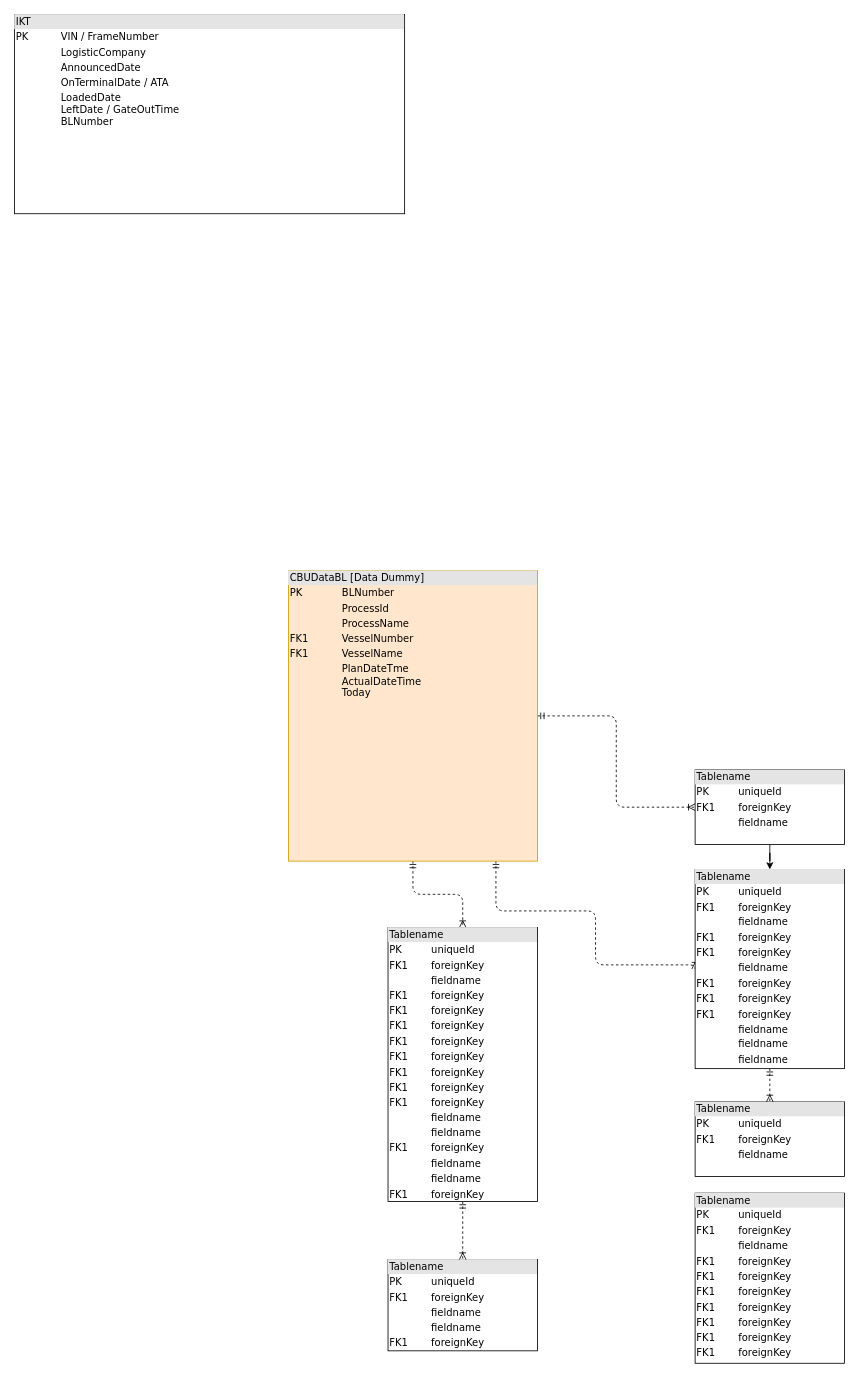
Before: page "X_Board1_ImportProgressSummary" (1 of 3) of TAM_IMIS_diagram.drawio in RifqiG759/BI_datasets, a draw.io diagram. Source tidied: cells renumbered, new cells numbered last; positions are measured from the earlier drawing's top-left corner, leaving out a move shared by most shapes. Both pictures are drawn from the tidied source at 83%, with x=0, y=0 at pixel (14, 14).
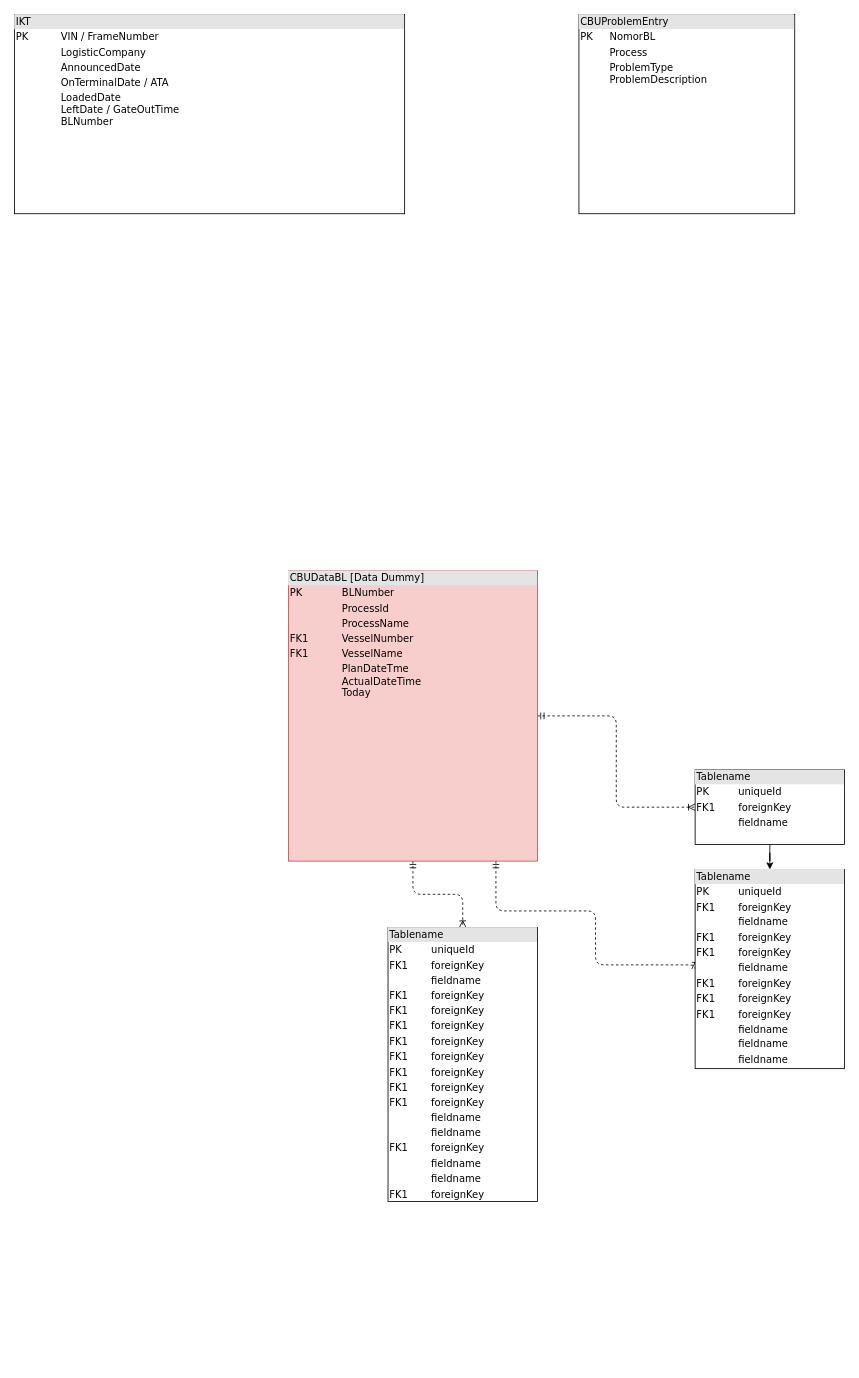
The same diagram, later.

Diff of the diagram source:
```diff
@@
 <mxGraphModel background="#ffffff">
   <root>
     <mxCell id="0" />
     <mxCell id="1" parent="0" />
     <mxCell id="2" style="edgeStyle=orthogonalEdgeStyle;html=1;entryX=0.5;entryY=0;dashed=1;labelBackgroundColor=none;startArrow=ERmandOne;endArrow=ERoneToMany;fontFamily=Verdana;fontSize=12;align=left;" parent="1" edge="1" source="5" target="9">
       <mxGeometry relative="1" as="geometry" />
     </mxCell>
     <mxCell id="3" style="edgeStyle=orthogonalEdgeStyle;html=1;dashed=1;labelBackgroundColor=none;startArrow=ERmandOne;endArrow=ERoneToMany;fontFamily=Verdana;fontSize=12;align=left;entryX=0;entryY=0.5;" parent="1" edge="1" source="5" target="12">
       <mxGeometry relative="1" as="geometry">
         <Array as="points">
           <mxPoint x="580" y="1080" />
           <mxPoint x="700" y="1080" />
           <mxPoint x="700" y="1145" />
         </Array>
       </mxGeometry>
     </mxCell>
     <mxCell id="4" style="edgeStyle=orthogonalEdgeStyle;html=1;dashed=1;labelBackgroundColor=none;startArrow=ERmandOne;endArrow=ERoneToMany;fontFamily=Verdana;fontSize=12;align=left;" parent="1" edge="1" source="5" target="14">
       <mxGeometry relative="1" as="geometry" />
     </mxCell>
-    <mxCell id="5" value="&lt;div style=&quot;box-sizing: border-box ; width: 100% ; background: #e4e4e4 ; padding: 2px&quot;&gt;CBUDataBL [Data Dummy]&lt;/div&gt;&lt;table style=&quot;width: 100% ; font-size: 1em&quot; cellpadding=&quot;2&quot; cellspacing=&quot;0&quot;&gt;&lt;tbody&gt;&lt;tr&gt;&lt;td&gt;PK&lt;/td&gt;&lt;td&gt;BLNumber&lt;/td&gt;&lt;/tr&gt;&lt;tr&gt;&lt;td&gt;&lt;/td&gt;&lt;td&gt;ProcessId&lt;/td&gt;&lt;/tr&gt;&lt;tr&gt;&lt;td&gt;&lt;br&gt;&lt;/td&gt;&lt;td&gt;ProcessName&lt;/td&gt;&lt;/tr&gt;&lt;tr&gt;&lt;td&gt;FK1&lt;br&gt;&lt;/td&gt;&lt;td&gt;VesselNumber&lt;/td&gt;&lt;/tr&gt;&lt;tr&gt;&lt;td&gt;FK1&lt;br&gt;&lt;/td&gt;&lt;td&gt;VesselName&lt;/td&gt;&lt;/tr&gt;&lt;tr&gt;&lt;td&gt;&lt;br&gt;&lt;/td&gt;&lt;td&gt;PlanDateTme&lt;br&gt;ActualDateTime&lt;br&gt;Today&lt;/td&gt;&lt;/tr&gt;&lt;tr&gt;&lt;td&gt;&lt;br&gt;&lt;/td&gt;&lt;td&gt;&lt;br&gt;&lt;/td&gt;&lt;/tr&gt;&lt;tr&gt;&lt;td&gt;&lt;br&gt;&lt;/td&gt;&lt;td&gt;&lt;br&gt;&lt;/td&gt;&lt;/tr&gt;&lt;tr&gt;&lt;td&gt;&lt;br&gt;&lt;/td&gt;&lt;td&gt;&lt;br&gt;&lt;/td&gt;&lt;/tr&gt;&lt;/tbody&gt;&lt;/table&gt;" style="verticalAlign=top;align=left;overflow=fill;html=1;rounded=0;shadow=0;comic=0;labelBackgroundColor=none;strokeColor=#d79b00;strokeWidth=1;fillColor=#ffe6cc;fontFamily=Verdana;fontSize=12;" parent="1" vertex="1">
+    <mxCell id="5" value="&lt;div style=&quot;box-sizing: border-box ; width: 100% ; background: #e4e4e4 ; padding: 2px&quot;&gt;CBUDataBL [Data Dummy]&lt;/div&gt;&lt;table style=&quot;width: 100% ; font-size: 1em&quot; cellpadding=&quot;2&quot; cellspacing=&quot;0&quot;&gt;&lt;tbody&gt;&lt;tr&gt;&lt;td&gt;PK&lt;/td&gt;&lt;td&gt;BLNumber&lt;/td&gt;&lt;/tr&gt;&lt;tr&gt;&lt;td&gt;&lt;/td&gt;&lt;td&gt;ProcessId&lt;/td&gt;&lt;/tr&gt;&lt;tr&gt;&lt;td&gt;&lt;br&gt;&lt;/td&gt;&lt;td&gt;ProcessName&lt;/td&gt;&lt;/tr&gt;&lt;tr&gt;&lt;td&gt;FK1&lt;br&gt;&lt;/td&gt;&lt;td&gt;VesselNumber&lt;/td&gt;&lt;/tr&gt;&lt;tr&gt;&lt;td&gt;FK1&lt;br&gt;&lt;/td&gt;&lt;td&gt;VesselName&lt;/td&gt;&lt;/tr&gt;&lt;tr&gt;&lt;td&gt;&lt;br&gt;&lt;/td&gt;&lt;td&gt;PlanDateTme&lt;br&gt;ActualDateTime&lt;br&gt;Today&lt;/td&gt;&lt;/tr&gt;&lt;tr&gt;&lt;td&gt;&lt;br&gt;&lt;/td&gt;&lt;td&gt;&lt;br&gt;&lt;/td&gt;&lt;/tr&gt;&lt;tr&gt;&lt;td&gt;&lt;br&gt;&lt;/td&gt;&lt;td&gt;&lt;br&gt;&lt;/td&gt;&lt;/tr&gt;&lt;tr&gt;&lt;td&gt;&lt;br&gt;&lt;/td&gt;&lt;td&gt;&lt;br&gt;&lt;/td&gt;&lt;/tr&gt;&lt;/tbody&gt;&lt;/table&gt;" style="verticalAlign=top;align=left;overflow=fill;html=1;rounded=0;shadow=0;comic=0;labelBackgroundColor=none;strokeColor=#b85450;strokeWidth=1;fillColor=#f8cecc;fontFamily=Verdana;fontSize=12;" parent="1" vertex="1">
       <mxGeometry x="330" y="670" width="300" height="350" as="geometry" />
     </mxCell>
-    <mxCell id="6" value="&lt;div style=&quot;box-sizing: border-box ; width: 100% ; background: #e4e4e4 ; padding: 2px&quot;&gt;Tablename&lt;/div&gt;&lt;table style=&quot;width: 100% ; font-size: 1em&quot; cellpadding=&quot;2&quot; cellspacing=&quot;0&quot;&gt;&lt;tbody&gt;&lt;tr&gt;&lt;td&gt;PK&lt;/td&gt;&lt;td&gt;uniqueId&lt;/td&gt;&lt;/tr&gt;&lt;tr&gt;&lt;td&gt;FK1&lt;/td&gt;&lt;td&gt;foreignKey&lt;/td&gt;&lt;/tr&gt;&lt;tr&gt;&lt;td&gt;&lt;/td&gt;&lt;td&gt;fieldname&lt;/td&gt;&lt;/tr&gt;&lt;tr&gt;&lt;td&gt;FK1&lt;br&gt;&lt;/td&gt;&lt;td&gt;foreignKey&lt;br&gt;&lt;/td&gt;&lt;/tr&gt;&lt;tr&gt;&lt;td&gt;FK1&lt;br&gt;&lt;/td&gt;&lt;td&gt;foreignKey&lt;br&gt;&lt;/td&gt;&lt;/tr&gt;&lt;tr&gt;&lt;td&gt;FK1&lt;br&gt;&lt;/td&gt;&lt;td&gt;foreignKey&lt;br&gt;&lt;/td&gt;&lt;/tr&gt;&lt;tr&gt;&lt;td&gt;FK1&lt;br&gt;&lt;/td&gt;&lt;td&gt;foreignKey&lt;br&gt;&lt;/td&gt;&lt;/tr&gt;&lt;tr&gt;&lt;td&gt;FK1&lt;br&gt;&lt;/td&gt;&lt;td&gt;foreignKey&lt;br&gt;&lt;/td&gt;&lt;/tr&gt;&lt;tr&gt;&lt;td&gt;FK1&lt;br&gt;&lt;/td&gt;&lt;td&gt;foreignKey&lt;br&gt;&lt;/td&gt;&lt;/tr&gt;&lt;tr&gt;&lt;td&gt;FK1&lt;br&gt;&lt;/td&gt;&lt;td&gt;foreignKey&lt;br&gt;&lt;/td&gt;&lt;/tr&gt;&lt;/tbody&gt;&lt;/table&gt;" style="verticalAlign=top;align=left;overflow=fill;html=1;rounded=0;shadow=0;comic=0;labelBackgroundColor=none;strokeColor=#000000;strokeWidth=1;fillColor=#ffffff;fontFamily=Verdana;fontSize=12;fontColor=#000000;" parent="1" vertex="1">
-      <mxGeometry x="820" y="1420" width="180" height="205" as="geometry" />
-    </mxCell>
-    <mxCell id="7" value="&lt;div style=&quot;box-sizing: border-box ; width: 100% ; background: #e4e4e4 ; padding: 2px&quot;&gt;Tablename&lt;/div&gt;&lt;table style=&quot;width: 100% ; font-size: 1em&quot; cellpadding=&quot;2&quot; cellspacing=&quot;0&quot;&gt;&lt;tbody&gt;&lt;tr&gt;&lt;td&gt;PK&lt;/td&gt;&lt;td&gt;uniqueId&lt;/td&gt;&lt;/tr&gt;&lt;tr&gt;&lt;td&gt;FK1&lt;/td&gt;&lt;td&gt;foreignKey&lt;/td&gt;&lt;/tr&gt;&lt;tr&gt;&lt;td&gt;&lt;/td&gt;&lt;td&gt;fieldname&lt;/td&gt;&lt;/tr&gt;&lt;tr&gt;&lt;td&gt;&lt;br&gt;&lt;/td&gt;&lt;td&gt;fieldname&lt;br&gt;&lt;/td&gt;&lt;/tr&gt;&lt;tr&gt;&lt;td&gt;FK1&lt;br&gt;&lt;/td&gt;&lt;td&gt;foreignKey&lt;br&gt;&lt;/td&gt;&lt;/tr&gt;&lt;/tbody&gt;&lt;/table&gt;" style="verticalAlign=top;align=left;overflow=fill;html=1;rounded=0;shadow=0;comic=0;labelBackgroundColor=none;strokeColor=#000000;strokeWidth=1;fillColor=#ffffff;fontFamily=Verdana;fontSize=12;fontColor=#000000;" parent="1" vertex="1">
-      <mxGeometry x="450" y="1500" width="180" height="110" as="geometry" />
-    </mxCell>
-    <mxCell id="8" style="edgeStyle=orthogonalEdgeStyle;html=1;entryX=0.5;entryY=0;labelBackgroundColor=none;startArrow=ERmandOne;endArrow=ERoneToMany;fontFamily=Verdana;fontSize=12;align=left;dashed=1;" parent="1" edge="1" source="9" target="7">
-      <mxGeometry relative="1" as="geometry" />
-    </mxCell>
     <mxCell id="9" value="&lt;div style=&quot;box-sizing: border-box ; width: 100% ; background: #e4e4e4 ; padding: 2px&quot;&gt;Tablename&lt;/div&gt;&lt;table style=&quot;width: 100% ; font-size: 1em&quot; cellpadding=&quot;2&quot; cellspacing=&quot;0&quot;&gt;&lt;tbody&gt;&lt;tr&gt;&lt;td&gt;PK&lt;/td&gt;&lt;td&gt;uniqueId&lt;/td&gt;&lt;/tr&gt;&lt;tr&gt;&lt;td&gt;FK1&lt;/td&gt;&lt;td&gt;foreignKey&lt;/td&gt;&lt;/tr&gt;&lt;tr&gt;&lt;td&gt;&lt;/td&gt;&lt;td&gt;fieldname&lt;/td&gt;&lt;/tr&gt;&lt;tr&gt;&lt;td&gt;FK1&lt;br&gt;&lt;/td&gt;&lt;td&gt;foreignKey&lt;br&gt;&lt;/td&gt;&lt;/tr&gt;&lt;tr&gt;&lt;td&gt;FK1&lt;br&gt;&lt;/td&gt;&lt;td&gt;foreignKey&lt;br&gt;&lt;/td&gt;&lt;/tr&gt;&lt;tr&gt;&lt;td&gt;FK1&lt;br&gt;&lt;/td&gt;&lt;td&gt;foreignKey&lt;br&gt;&lt;/td&gt;&lt;/tr&gt;&lt;tr&gt;&lt;td&gt;FK1&lt;br&gt;&lt;/td&gt;&lt;td&gt;foreignKey&lt;br&gt;&lt;/td&gt;&lt;/tr&gt;&lt;tr&gt;&lt;td&gt;FK1&lt;br&gt;&lt;/td&gt;&lt;td&gt;foreignKey&lt;br&gt;&lt;/td&gt;&lt;/tr&gt;&lt;tr&gt;&lt;td&gt;FK1&lt;br&gt;&lt;/td&gt;&lt;td&gt;foreignKey&lt;br&gt;&lt;/td&gt;&lt;/tr&gt;&lt;tr&gt;&lt;td&gt;FK1&lt;br&gt;&lt;/td&gt;&lt;td&gt;foreignKey&lt;br&gt;&lt;/td&gt;&lt;/tr&gt;&lt;tr&gt;&lt;td&gt;FK1&lt;br&gt;&lt;/td&gt;&lt;td&gt;foreignKey&lt;br&gt;&lt;/td&gt;&lt;/tr&gt;&lt;tr&gt;&lt;td&gt;&lt;br&gt;&lt;/td&gt;&lt;td&gt;fieldname&lt;br&gt;&lt;/td&gt;&lt;/tr&gt;&lt;tr&gt;&lt;td&gt;&lt;br&gt;&lt;/td&gt;&lt;td&gt;fieldname&lt;br&gt;&lt;/td&gt;&lt;/tr&gt;&lt;tr&gt;&lt;td&gt;FK1&lt;br&gt;&lt;/td&gt;&lt;td&gt;foreignKey&lt;br&gt;&lt;/td&gt;&lt;/tr&gt;&lt;tr&gt;&lt;td&gt;&lt;br&gt;&lt;/td&gt;&lt;td&gt;fieldname&lt;br&gt;&lt;/td&gt;&lt;/tr&gt;&lt;tr&gt;&lt;td&gt;&lt;br&gt;&lt;/td&gt;&lt;td&gt;fieldname&lt;br&gt;&lt;/td&gt;&lt;/tr&gt;&lt;tr&gt;&lt;td&gt;FK1&lt;br&gt;&lt;/td&gt;&lt;td&gt;foreignKey&lt;br&gt;&lt;/td&gt;&lt;/tr&gt;&lt;/tbody&gt;&lt;/table&gt;" style="verticalAlign=top;align=left;overflow=fill;html=1;rounded=0;shadow=0;comic=0;labelBackgroundColor=none;strokeColor=#000000;strokeWidth=1;fillColor=#ffffff;fontFamily=Verdana;fontSize=12;fontColor=#000000;" parent="1" vertex="1">
       <mxGeometry x="450" y="1100" width="180" height="330" as="geometry" />
     </mxCell>
-    <mxCell id="10" value="&lt;div style=&quot;box-sizing:border-box;width:100%;background:#e4e4e4;padding:2px;&quot;&gt;Tablename&lt;/div&gt;&lt;table style=&quot;width:100%;font-size:1em;&quot; cellpadding=&quot;2&quot; cellspacing=&quot;0&quot;&gt;&lt;tr&gt;&lt;td&gt;PK&lt;/td&gt;&lt;td&gt;uniqueId&lt;/td&gt;&lt;/tr&gt;&lt;tr&gt;&lt;td&gt;FK1&lt;/td&gt;&lt;td&gt;foreignKey&lt;/td&gt;&lt;/tr&gt;&lt;tr&gt;&lt;td&gt;&lt;/td&gt;&lt;td&gt;fieldname&lt;/td&gt;&lt;/tr&gt;&lt;/table&gt;" style="verticalAlign=top;align=left;overflow=fill;html=1;rounded=0;shadow=0;comic=0;labelBackgroundColor=none;strokeColor=#000000;strokeWidth=1;fillColor=#ffffff;fontFamily=Verdana;fontSize=12;fontColor=#000000;" parent="1" vertex="1">
-      <mxGeometry x="820" y="1310" width="180" height="90" as="geometry" />
-    </mxCell>
-    <mxCell id="11" style="edgeStyle=orthogonalEdgeStyle;html=1;entryX=0.5;entryY=0;dashed=1;labelBackgroundColor=none;startArrow=ERmandOne;endArrow=ERoneToMany;fontFamily=Verdana;fontSize=12;align=left;" parent="1" edge="1" source="12" target="10">
-      <mxGeometry relative="1" as="geometry" />
-    </mxCell>
     <mxCell id="12" value="&lt;div style=&quot;box-sizing: border-box ; width: 100% ; background: #e4e4e4 ; padding: 2px&quot;&gt;Tablename&lt;/div&gt;&lt;table style=&quot;width: 100% ; font-size: 1em&quot; cellpadding=&quot;2&quot; cellspacing=&quot;0&quot;&gt;&lt;tbody&gt;&lt;tr&gt;&lt;td&gt;PK&lt;/td&gt;&lt;td&gt;uniqueId&lt;/td&gt;&lt;/tr&gt;&lt;tr&gt;&lt;td&gt;FK1&lt;/td&gt;&lt;td&gt;foreignKey&lt;/td&gt;&lt;/tr&gt;&lt;tr&gt;&lt;td&gt;&lt;/td&gt;&lt;td&gt;fieldname&lt;/td&gt;&lt;/tr&gt;&lt;tr&gt;&lt;td&gt;FK1&lt;br&gt;&lt;/td&gt;&lt;td&gt;foreignKey&lt;br&gt;&lt;/td&gt;&lt;/tr&gt;&lt;tr&gt;&lt;td&gt;FK1&lt;br&gt;&lt;/td&gt;&lt;td&gt;foreignKey&lt;br&gt;&lt;/td&gt;&lt;/tr&gt;&lt;tr&gt;&lt;td&gt;&lt;br&gt;&lt;/td&gt;&lt;td&gt;fieldname&lt;br&gt;&lt;/td&gt;&lt;/tr&gt;&lt;tr&gt;&lt;td&gt;FK1&lt;br&gt;&lt;/td&gt;&lt;td&gt;foreignKey&lt;br&gt;&lt;/td&gt;&lt;/tr&gt;&lt;tr&gt;&lt;td&gt;FK1&lt;br&gt;&lt;/td&gt;&lt;td&gt;foreignKey&lt;br&gt;&lt;/td&gt;&lt;/tr&gt;&lt;tr&gt;&lt;td&gt;FK1&lt;br&gt;&lt;/td&gt;&lt;td&gt;foreignKey&lt;br&gt;&lt;/td&gt;&lt;/tr&gt;&lt;tr&gt;&lt;td&gt;&lt;br&gt;&lt;/td&gt;&lt;td&gt;fieldname&lt;br&gt;&lt;/td&gt;&lt;/tr&gt;&lt;tr&gt;&lt;td&gt;&lt;br&gt;&lt;/td&gt;&lt;td&gt;fieldname&lt;br&gt;&lt;/td&gt;&lt;/tr&gt;&lt;tr&gt;&lt;td&gt;&lt;br&gt;&lt;/td&gt;&lt;td&gt;fieldname&lt;br&gt;&lt;/td&gt;&lt;/tr&gt;&lt;/tbody&gt;&lt;/table&gt;" style="verticalAlign=top;align=left;overflow=fill;html=1;rounded=0;shadow=0;comic=0;labelBackgroundColor=none;strokeColor=#000000;strokeWidth=1;fillColor=#ffffff;fontFamily=Verdana;fontSize=12;fontColor=#000000;" parent="1" vertex="1">
       <mxGeometry x="820" y="1030" width="180" height="240" as="geometry" />
     </mxCell>
     <mxCell id="13" style="edgeStyle=orthogonalEdgeStyle;rounded=0;jettySize=auto;html=1;" parent="1" edge="1" source="14" target="12">
       <mxGeometry relative="1" as="geometry" />
     </mxCell>
     <mxCell id="14" value="&lt;div style=&quot;box-sizing:border-box;width:100%;background:#e4e4e4;padding:2px;&quot;&gt;Tablename&lt;/div&gt;&lt;table style=&quot;width:100%;font-size:1em;&quot; cellpadding=&quot;2&quot; cellspacing=&quot;0&quot;&gt;&lt;tr&gt;&lt;td&gt;PK&lt;/td&gt;&lt;td&gt;uniqueId&lt;/td&gt;&lt;/tr&gt;&lt;tr&gt;&lt;td&gt;FK1&lt;/td&gt;&lt;td&gt;foreignKey&lt;/td&gt;&lt;/tr&gt;&lt;tr&gt;&lt;td&gt;&lt;/td&gt;&lt;td&gt;fieldname&lt;/td&gt;&lt;/tr&gt;&lt;/table&gt;" style="verticalAlign=top;align=left;overflow=fill;html=1;rounded=0;shadow=0;comic=0;labelBackgroundColor=none;strokeColor=#000000;strokeWidth=1;fillColor=#ffffff;fontFamily=Verdana;fontSize=12;fontColor=#000000;" parent="1" vertex="1">
       <mxGeometry x="820" y="910" width="180" height="90" as="geometry" />
     </mxCell>
     <mxCell id="15" value="&lt;div style=&quot;box-sizing: border-box ; width: 100% ; background: #e4e4e4 ; padding: 2px&quot;&gt;IKT&lt;/div&gt;&lt;table style=&quot;width: 100% ; font-size: 1em&quot; cellpadding=&quot;2&quot; cellspacing=&quot;0&quot;&gt;&lt;tbody&gt;&lt;tr&gt;&lt;td&gt;PK&lt;/td&gt;&lt;td&gt;VIN / FrameNumber&lt;/td&gt;&lt;/tr&gt;&lt;tr&gt;&lt;td&gt;&lt;br&gt;&lt;/td&gt;&lt;td&gt;LogisticCompany&lt;/td&gt;&lt;/tr&gt;&lt;tr&gt;&lt;td&gt;&lt;/td&gt;&lt;td&gt;AnnouncedDate&lt;/td&gt;&lt;/tr&gt;&lt;tr&gt;&lt;td&gt;&lt;br&gt;&lt;/td&gt;&lt;td&gt;OnTerminalDate / ATA&lt;/td&gt;&lt;/tr&gt;&lt;tr&gt;&lt;td&gt;&lt;br&gt;&lt;/td&gt;&lt;td&gt;LoadedDate&lt;br&gt;LeftDate / GateOutTime&lt;br&gt;BLNumber&lt;br&gt;&lt;br&gt;&lt;/td&gt;&lt;/tr&gt;&lt;tr&gt;&lt;td&gt;&lt;/td&gt;&lt;td&gt;&lt;/td&gt;&lt;/tr&gt;&lt;/tbody&gt;&lt;/table&gt;" style="verticalAlign=top;align=left;overflow=fill;html=1;rounded=0;shadow=0;comic=0;labelBackgroundColor=none;strokeColor=#000000;strokeWidth=1;fillColor=#ffffff;fontFamily=Verdana;fontSize=12;fontColor=#000000;" parent="1" vertex="1">
       <mxGeometry width="470" height="240" as="geometry" />
     </mxCell>
+    <mxCell id="16" value="&lt;div style=&quot;box-sizing: border-box ; width: 100% ; background: #e4e4e4 ; padding: 2px&quot;&gt;CBUProblemEntry&lt;/div&gt;&lt;table style=&quot;width: 100% ; font-size: 1em&quot; cellpadding=&quot;2&quot; cellspacing=&quot;0&quot;&gt;&lt;tbody&gt;&lt;tr&gt;&lt;td&gt;PK&lt;/td&gt;&lt;td&gt;NomorBL&lt;br&gt;&lt;/td&gt;&lt;/tr&gt;&lt;tr&gt;&lt;td&gt;&lt;/td&gt;&lt;td&gt;Process&lt;/td&gt;&lt;/tr&gt;&lt;tr&gt;&lt;td&gt;&lt;/td&gt;&lt;td&gt;ProblemType&lt;br&gt;ProblemDescription&lt;/td&gt;&lt;/tr&gt;&lt;tr&gt;&lt;td&gt;&lt;/td&gt;&lt;td&gt;&lt;/td&gt;&lt;/tr&gt;&lt;/tbody&gt;&lt;/table&gt;" style="verticalAlign=top;align=left;overflow=fill;html=1;rounded=0;shadow=0;comic=0;labelBackgroundColor=none;strokeColor=#000000;strokeWidth=1;fillColor=#ffffff;fontFamily=Verdana;fontSize=12;fontColor=#000000;" parent="1" vertex="1">
+      <mxGeometry x="680" width="260" height="240" as="geometry" />
+    </mxCell>
   </root>
 </mxGraphModel>
```
